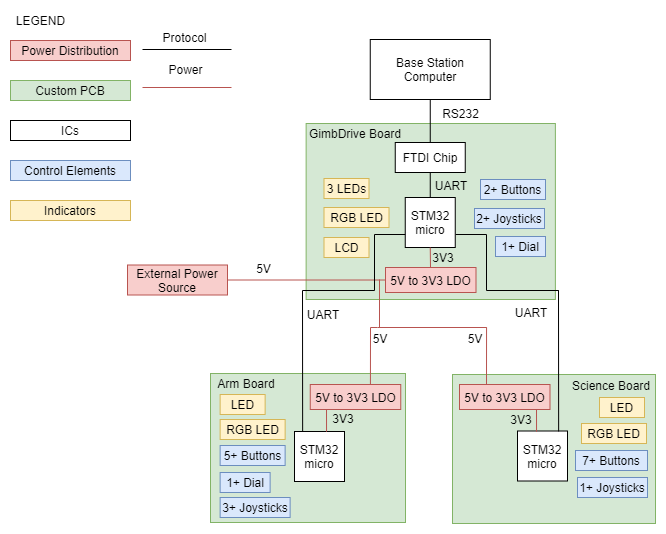
The draw.io diagram Projects/Robot Controller/Controller_Block_Diagram.png in uwrobotics/MarsRoverHardware, before a commit. Source tidied: cells renumbered, new cells last; positions are measured from the earlier drawing's top-left corner, leaving out a move shared by most shapes. Its diagram source:
```xml
<mxGraphModel>
  <root>
    <mxCell id="0" />
    <mxCell id="1" parent="0" />
    <mxCell id="2" style="rounded=0;whiteSpace=wrap;html=1;fillColor=#d5e8d4;strokeColor=#82b366;" parent="1" vertex="1">
      <mxGeometry x="442" y="364" width="203" height="149" as="geometry" />
    </mxCell>
    <mxCell id="3" style="rounded=0;whiteSpace=wrap;html=1;fillColor=#d5e8d4;strokeColor=#82b366;" parent="1" vertex="1">
      <mxGeometry x="200" y="363" width="195" height="149" as="geometry" />
    </mxCell>
    <mxCell id="4" style="rounded=0;whiteSpace=wrap;html=1;fillColor=#d5e8d4;strokeColor=#82b366;" parent="1" vertex="1">
      <mxGeometry x="295.6" y="113" width="249.2" height="176" as="geometry" />
    </mxCell>
    <mxCell id="5" value="LEGEND" style="text;html=1;align=center;verticalAlign=middle;" parent="1" vertex="1">
      <mxGeometry width="60" height="20" as="geometry" />
    </mxCell>
    <mxCell id="6" value="Power Distribution" style="rounded=0;whiteSpace=wrap;html=1;fillColor=#f8cecc;strokeColor=#b85450;" parent="1" vertex="1">
      <mxGeometry y="30" width="120" height="20" as="geometry" />
    </mxCell>
    <mxCell id="7" value="Custom PCB" style="rounded=0;whiteSpace=wrap;html=1;fillColor=#d5e8d4;strokeColor=#82b366;" parent="1" vertex="1">
      <mxGeometry y="70" width="120" height="20" as="geometry" />
    </mxCell>
    <mxCell id="8" value="Control Elements" style="rounded=0;whiteSpace=wrap;html=1;fillColor=#dae8fc;strokeColor=#6c8ebf;" parent="1" vertex="1">
      <mxGeometry y="150" width="120" height="20" as="geometry" />
    </mxCell>
    <mxCell id="9" value="Indicators" style="rounded=0;whiteSpace=wrap;html=1;fillColor=#fff2cc;strokeColor=#d6b656;" parent="1" vertex="1">
      <mxGeometry y="190" width="120" height="20" as="geometry" />
    </mxCell>
    <mxCell id="10" value="Protocol" style="text;html=1;align=center;verticalAlign=middle;" parent="1" vertex="1">
      <mxGeometry x="146" y="17" width="55" height="19" as="geometry" />
    </mxCell>
    <mxCell id="11" value="Power" style="text;html=1;align=center;verticalAlign=middle;" parent="1" vertex="1">
      <mxGeometry x="150" y="49" width="50" height="20" as="geometry" />
    </mxCell>
    <mxCell id="12" value="2+ Joysticks" style="rounded=0;whiteSpace=wrap;html=1;fillColor=#dae8fc;strokeColor=#6c8ebf;" parent="1" vertex="1">
      <mxGeometry x="464" y="198" width="70" height="20" as="geometry" />
    </mxCell>
    <mxCell id="13" value="1+ Dial" style="rounded=0;whiteSpace=wrap;html=1;fillColor=#dae8fc;strokeColor=#6c8ebf;" parent="1" vertex="1">
      <mxGeometry x="485" y="226" width="50" height="20" as="geometry" />
    </mxCell>
    <mxCell id="14" value="2+ Buttons" style="rounded=0;whiteSpace=wrap;html=1;fillColor=#dae8fc;strokeColor=#6c8ebf;" parent="1" vertex="1">
      <mxGeometry x="470" y="169" width="65" height="20" as="geometry" />
    </mxCell>
    <mxCell id="15" value="RGB LED" style="rounded=0;whiteSpace=wrap;html=1;fillColor=#fff2cc;strokeColor=#d6b656;" parent="1" vertex="1">
      <mxGeometry x="313.5" y="197" width="65" height="20" as="geometry" />
    </mxCell>
    <mxCell id="16" value="3 LEDs" style="rounded=0;whiteSpace=wrap;html=1;fillColor=#fff2cc;strokeColor=#d6b656;" parent="1" vertex="1">
      <mxGeometry x="313.5" y="168" width="45" height="20" as="geometry" />
    </mxCell>
    <mxCell id="17" value="LCD" style="rounded=0;whiteSpace=wrap;html=1;fillColor=#fff2cc;strokeColor=#d6b656;" parent="1" vertex="1">
      <mxGeometry x="313.5" y="227" width="45" height="20" as="geometry" />
    </mxCell>
    <mxCell id="18" value="FTDI Chip" style="rounded=0;whiteSpace=wrap;html=1;" parent="1" vertex="1">
      <mxGeometry x="384.8" y="132" width="70" height="30" as="geometry" />
    </mxCell>
    <mxCell id="19" value="Base Station Computer" style="rounded=0;whiteSpace=wrap;html=1;" parent="1" vertex="1">
      <mxGeometry x="359.8" y="29" width="120" height="60" as="geometry" />
    </mxCell>
    <mxCell id="20" value="External Power Source" style="rounded=0;whiteSpace=wrap;html=1;fillColor=#f8cecc;strokeColor=#b85450;" parent="1" vertex="1">
      <mxGeometry x="117" y="254.5" width="100" height="30" as="geometry" />
    </mxCell>
    <mxCell id="21" value="5V" style="text;html=1;align=center;verticalAlign=middle;" parent="1" vertex="1">
      <mxGeometry x="240" y="248" width="26" height="19" as="geometry" />
    </mxCell>
    <mxCell id="22" value="RS232" style="text;html=1;align=center;verticalAlign=middle;" parent="1" vertex="1">
      <mxGeometry x="425" y="93" width="50" height="20" as="geometry" />
    </mxCell>
    <mxCell id="23" style="endArrow=none;html=1;entryX=0.5;entryY=1;entryDx=0;entryDy=0;exitX=0.5;exitY=0;exitDx=0;exitDy=0;" parent="1" edge="1" source="18" target="19">
      <mxGeometry relative="1" as="geometry" />
    </mxCell>
    <mxCell id="24" value="ICs" style="rounded=0;whiteSpace=wrap;html=1;" parent="1" vertex="1">
      <mxGeometry y="110" width="120" height="20" as="geometry" />
    </mxCell>
    <mxCell id="25" value="STM32 micro" style="whiteSpace=wrap;html=1;" parent="1" vertex="1">
      <mxGeometry x="394.8" y="187" width="50" height="50" as="geometry" />
    </mxCell>
    <mxCell id="26" style="endArrow=none;html=1;exitX=0.5;exitY=0;exitDx=0;exitDy=0;entryX=0.5;entryY=1;entryDx=0;entryDy=0;" parent="1" edge="1" source="25" target="18">
      <mxGeometry relative="1" as="geometry" />
    </mxCell>
    <mxCell id="27" value="UART" style="text;html=1;strokeColor=none;fillColor=none;align=center;verticalAlign=middle;whiteSpace=wrap;rounded=0;" parent="1" vertex="1">
      <mxGeometry x="421" y="165" width="40" height="20" as="geometry" />
    </mxCell>
    <mxCell id="28" value="GimbDrive Board" style="text;html=1;strokeColor=none;fillColor=none;align=center;verticalAlign=middle;whiteSpace=wrap;rounded=0;" parent="1" vertex="1">
      <mxGeometry x="296" y="113" width="98" height="20" as="geometry" />
    </mxCell>
    <mxCell id="29" value="3+ Joysticks" style="rounded=0;whiteSpace=wrap;html=1;fillColor=#dae8fc;strokeColor=#6c8ebf;" parent="1" vertex="1">
      <mxGeometry x="209.6" y="487" width="70" height="20" as="geometry" />
    </mxCell>
    <mxCell id="30" value="1+ Dial" style="rounded=0;whiteSpace=wrap;html=1;fillColor=#dae8fc;strokeColor=#6c8ebf;" parent="1" vertex="1">
      <mxGeometry x="209.6" y="462" width="50" height="20" as="geometry" />
    </mxCell>
    <mxCell id="31" value="5+ Buttons" style="rounded=0;whiteSpace=wrap;html=1;fillColor=#dae8fc;strokeColor=#6c8ebf;" parent="1" vertex="1">
      <mxGeometry x="209.6" y="435" width="65" height="20" as="geometry" />
    </mxCell>
    <mxCell id="32" value="RGB LED" style="rounded=0;whiteSpace=wrap;html=1;fillColor=#fff2cc;strokeColor=#d6b656;" parent="1" vertex="1">
      <mxGeometry x="209.6" y="409" width="65" height="20" as="geometry" />
    </mxCell>
    <mxCell id="33" value="LED" style="rounded=0;whiteSpace=wrap;html=1;fillColor=#fff2cc;strokeColor=#d6b656;" parent="1" vertex="1">
      <mxGeometry x="209.6" y="384" width="45" height="20" as="geometry" />
    </mxCell>
    <mxCell id="34" value="STM32 micro" style="whiteSpace=wrap;html=1;" parent="1" vertex="1">
      <mxGeometry x="284" y="421" width="50" height="50" as="geometry" />
    </mxCell>
    <mxCell id="35" value="Arm Board" style="text;html=1;strokeColor=none;fillColor=none;align=center;verticalAlign=middle;whiteSpace=wrap;rounded=0;" parent="1" vertex="1">
      <mxGeometry x="200" y="363" width="71.5" height="20" as="geometry" />
    </mxCell>
    <mxCell id="36" value="5V to 3V3 LDO" style="rounded=0;whiteSpace=wrap;html=1;fillColor=#f8cecc;strokeColor=#b85450;" parent="1" vertex="1">
      <mxGeometry x="375" y="257" width="90.5" height="25" as="geometry" />
    </mxCell>
    <mxCell id="37" style="endArrow=none;html=1;exitX=1;exitY=0.5;exitDx=0;exitDy=0;fillColor=#f8cecc;strokeColor=#b85450;entryX=0;entryY=0.5;entryDx=0;entryDy=0;" parent="1" edge="1" source="20" target="36">
      <mxGeometry relative="1" as="geometry" />
    </mxCell>
    <mxCell id="38" style="endArrow=none;html=1;fillColor=#f8cecc;strokeColor=#b85450;" parent="1" edge="1">
      <mxGeometry relative="1" as="geometry">
        <mxPoint x="132" y="77" as="sourcePoint" />
        <mxPoint x="221" y="77" as="targetPoint" />
      </mxGeometry>
    </mxCell>
    <mxCell id="39" style="endArrow=none;html=1;fillColor=#dae8fc;strokeColor=#000000;" parent="1" edge="1">
      <mxGeometry relative="1" as="geometry">
        <mxPoint x="132" y="39" as="sourcePoint" />
        <mxPoint x="221" y="39" as="targetPoint" />
      </mxGeometry>
    </mxCell>
    <mxCell id="40" style="endArrow=none;html=1;strokeColor=#b85450;fillColor=#f8cecc;entryX=0.5;entryY=1;entryDx=0;entryDy=0;" parent="1" edge="1" target="25">
      <mxGeometry relative="1" as="geometry">
        <mxPoint x="420" y="257" as="sourcePoint" />
      </mxGeometry>
    </mxCell>
    <mxCell id="41" value="3V3" style="text;html=1;strokeColor=none;fillColor=none;align=center;verticalAlign=middle;whiteSpace=wrap;rounded=0;" parent="1" vertex="1">
      <mxGeometry x="413" y="237" width="40" height="20" as="geometry" />
    </mxCell>
    <mxCell id="42" style="endArrow=none;html=1;exitX=0.163;exitY=0.006;exitDx=0;exitDy=0;exitPerimeter=0;" parent="1" edge="1" source="34">
      <mxGeometry relative="1" as="geometry">
        <mxPoint x="292" y="280" as="targetPoint" />
      </mxGeometry>
    </mxCell>
    <mxCell id="43" style="endArrow=none;html=1;strokeColor=#b85450;fillColor=#f8cecc;exitX=0.665;exitY=0.012;exitDx=0;exitDy=0;exitPerimeter=0;" parent="1" edge="1" source="62">
      <mxGeometry relative="1" as="geometry">
        <mxPoint x="360" y="317" as="targetPoint" />
      </mxGeometry>
    </mxCell>
    <mxCell id="44" value="UART" style="text;html=1;strokeColor=none;fillColor=none;align=center;verticalAlign=middle;whiteSpace=wrap;rounded=0;" parent="1" vertex="1">
      <mxGeometry x="293" y="294" width="40" height="20" as="geometry" />
    </mxCell>
    <mxCell id="45" value="5V" style="text;html=1;strokeColor=none;fillColor=none;align=center;verticalAlign=middle;whiteSpace=wrap;rounded=0;" parent="1" vertex="1">
      <mxGeometry x="350.2" y="318" width="40" height="20" as="geometry" />
    </mxCell>
    <mxCell id="46" style="endArrow=none;html=1;strokeColor=#b85450;fillColor=#f8cecc;" parent="1" edge="1">
      <mxGeometry relative="1" as="geometry">
        <mxPoint x="369" y="317" as="sourcePoint" />
        <mxPoint x="369" y="269" as="targetPoint" />
      </mxGeometry>
    </mxCell>
    <mxCell id="47" style="endArrow=none;html=1;strokeColor=#000000;entryX=0.001;entryY=0.74;entryDx=0;entryDy=0;entryPerimeter=0;" parent="1" edge="1" target="25">
      <mxGeometry relative="1" as="geometry">
        <mxPoint x="364" y="224" as="sourcePoint" />
      </mxGeometry>
    </mxCell>
    <mxCell id="48" style="endArrow=none;html=1;strokeColor=#000000;" parent="1" edge="1">
      <mxGeometry relative="1" as="geometry">
        <mxPoint x="364" y="280" as="sourcePoint" />
        <mxPoint x="364" y="224" as="targetPoint" />
      </mxGeometry>
    </mxCell>
    <mxCell id="49" style="endArrow=none;html=1;strokeColor=#000000;" parent="1" edge="1">
      <mxGeometry relative="1" as="geometry">
        <mxPoint x="292" y="280" as="sourcePoint" />
        <mxPoint x="364" y="280" as="targetPoint" />
      </mxGeometry>
    </mxCell>
    <mxCell id="50" style="endArrow=none;html=1;strokeColor=#b85450;fillColor=#f8cecc;" parent="1" edge="1">
      <mxGeometry relative="1" as="geometry">
        <mxPoint x="360" y="317" as="sourcePoint" />
        <mxPoint x="367" y="317" as="targetPoint" />
      </mxGeometry>
    </mxCell>
    <mxCell id="51" style="endArrow=none;html=1;strokeColor=#000000;entryX=0.001;entryY=0.74;entryDx=0;entryDy=0;entryPerimeter=0;" parent="1" edge="1">
      <mxGeometry relative="1" as="geometry">
        <mxPoint x="445.2" y="224" as="sourcePoint" />
        <mxPoint x="476" y="224" as="targetPoint" />
      </mxGeometry>
    </mxCell>
    <mxCell id="52" style="endArrow=none;html=1;strokeColor=#000000;" parent="1" edge="1">
      <mxGeometry relative="1" as="geometry">
        <mxPoint x="476" y="280" as="sourcePoint" />
        <mxPoint x="476" y="224" as="targetPoint" />
      </mxGeometry>
    </mxCell>
    <mxCell id="53" value="1+ Joysticks" style="rounded=0;whiteSpace=wrap;html=1;fillColor=#dae8fc;strokeColor=#6c8ebf;" parent="1" vertex="1">
      <mxGeometry x="567" y="467" width="70" height="20" as="geometry" />
    </mxCell>
    <mxCell id="54" value="7+ Buttons" style="rounded=0;whiteSpace=wrap;html=1;fillColor=#dae8fc;strokeColor=#6c8ebf;" parent="1" vertex="1">
      <mxGeometry x="565" y="440" width="72" height="20" as="geometry" />
    </mxCell>
    <mxCell id="55" value="RGB LED" style="rounded=0;whiteSpace=wrap;html=1;fillColor=#fff2cc;strokeColor=#d6b656;" parent="1" vertex="1">
      <mxGeometry x="571" y="413" width="65" height="20" as="geometry" />
    </mxCell>
    <mxCell id="56" value="LED" style="rounded=0;whiteSpace=wrap;html=1;fillColor=#fff2cc;strokeColor=#d6b656;" parent="1" vertex="1">
      <mxGeometry x="589" y="387" width="45" height="20" as="geometry" />
    </mxCell>
    <mxCell id="57" value="STM32 micro" style="whiteSpace=wrap;html=1;" parent="1" vertex="1">
      <mxGeometry x="507" y="420.5" width="50" height="50" as="geometry" />
    </mxCell>
    <mxCell id="58" style="endArrow=none;html=1;strokeColor=#b85450;fillColor=#f8cecc;" parent="1" edge="1">
      <mxGeometry relative="1" as="geometry">
        <mxPoint x="476" y="317" as="sourcePoint" />
        <mxPoint x="367" y="317" as="targetPoint" />
      </mxGeometry>
    </mxCell>
    <mxCell id="59" value="5V" style="text;html=1;strokeColor=none;fillColor=none;align=center;verticalAlign=middle;whiteSpace=wrap;rounded=0;" parent="1" vertex="1">
      <mxGeometry x="444.8" y="318" width="40" height="20" as="geometry" />
    </mxCell>
    <mxCell id="60" value="Science Board" style="text;html=1;strokeColor=none;fillColor=none;align=center;verticalAlign=middle;whiteSpace=wrap;rounded=0;" parent="1" vertex="1">
      <mxGeometry x="559" y="365" width="84" height="20" as="geometry" />
    </mxCell>
    <mxCell id="61" value="UART" style="text;html=1;strokeColor=none;fillColor=none;align=center;verticalAlign=middle;whiteSpace=wrap;rounded=0;" parent="1" vertex="1">
      <mxGeometry x="501" y="292" width="40" height="20" as="geometry" />
    </mxCell>
    <mxCell id="62" value="5V to 3V3 LDO" style="rounded=0;whiteSpace=wrap;html=1;fillColor=#f8cecc;strokeColor=#b85450;" parent="1" vertex="1">
      <mxGeometry x="299.8" y="374" width="90.5" height="25" as="geometry" />
    </mxCell>
    <mxCell id="63" value="5V to 3V3 LDO" style="rounded=0;whiteSpace=wrap;html=1;fillColor=#f8cecc;strokeColor=#b85450;" parent="1" vertex="1">
      <mxGeometry x="449" y="374" width="90.5" height="25" as="geometry" />
    </mxCell>
    <mxCell id="64" style="endArrow=none;html=1;strokeColor=#b85450;fillColor=#f8cecc;exitX=0.641;exitY=0.005;exitDx=0;exitDy=0;exitPerimeter=0;" parent="1" edge="1" source="34">
      <mxGeometry relative="1" as="geometry">
        <mxPoint x="316" y="399" as="targetPoint" />
      </mxGeometry>
    </mxCell>
    <mxCell id="65" value="3V3" style="text;html=1;strokeColor=none;fillColor=none;align=center;verticalAlign=middle;whiteSpace=wrap;rounded=0;" parent="1" vertex="1">
      <mxGeometry x="313" y="398" width="40" height="20" as="geometry" />
    </mxCell>
    <mxCell id="66" value="3V3" style="text;html=1;strokeColor=none;fillColor=none;align=center;verticalAlign=middle;whiteSpace=wrap;rounded=0;" parent="1" vertex="1">
      <mxGeometry x="491" y="399" width="40" height="20" as="geometry" />
    </mxCell>
    <mxCell id="67" style="endArrow=none;html=1;strokeColor=#000000;" parent="1" edge="1">
      <mxGeometry relative="1" as="geometry">
        <mxPoint x="476" y="280" as="sourcePoint" />
        <mxPoint x="548" y="280" as="targetPoint" />
      </mxGeometry>
    </mxCell>
    <mxCell id="68" style="endArrow=none;html=1;exitX=0.163;exitY=0.006;exitDx=0;exitDy=0;exitPerimeter=0;" parent="1" edge="1">
      <mxGeometry relative="1" as="geometry">
        <mxPoint x="548.2" y="421" as="sourcePoint" />
        <mxPoint x="548" y="279.7" as="targetPoint" />
      </mxGeometry>
    </mxCell>
    <mxCell id="69" style="endArrow=none;html=1;strokeColor=#b85450;fillColor=#f8cecc;exitX=0.665;exitY=0.012;exitDx=0;exitDy=0;exitPerimeter=0;" parent="1" edge="1">
      <mxGeometry relative="1" as="geometry">
        <mxPoint x="476" y="374" as="sourcePoint" />
        <mxPoint x="476.1" y="316.7" as="targetPoint" />
      </mxGeometry>
    </mxCell>
    <mxCell id="70" style="endArrow=none;html=1;strokeColor=#b85450;fillColor=#f8cecc;exitX=0.641;exitY=0.005;exitDx=0;exitDy=0;exitPerimeter=0;" parent="1" edge="1">
      <mxGeometry relative="1" as="geometry">
        <mxPoint x="526" y="421.2" as="sourcePoint" />
        <mxPoint x="526" y="399" as="targetPoint" />
      </mxGeometry>
    </mxCell>
  </root>
</mxGraphModel>
```
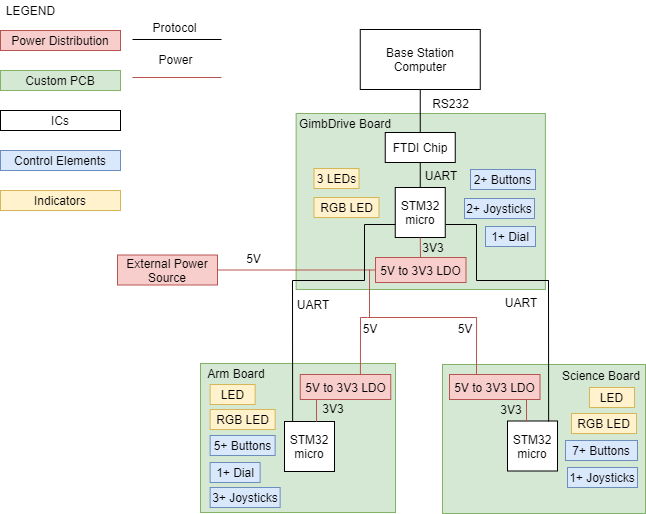
The same file after the commit.

What changed in the source:
```diff
@@ -47,9 +47,6 @@
     <mxCell id="16" value="3 LEDs" style="rounded=0;whiteSpace=wrap;html=1;fillColor=#fff2cc;strokeColor=#d6b656;" parent="1" vertex="1">
       <mxGeometry x="313.5" y="168" width="45" height="20" as="geometry" />
     </mxCell>
-    <mxCell id="17" value="LCD" style="rounded=0;whiteSpace=wrap;html=1;fillColor=#fff2cc;strokeColor=#d6b656;" parent="1" vertex="1">
-      <mxGeometry x="313.5" y="227" width="45" height="20" as="geometry" />
-    </mxCell>
     <mxCell id="18" value="FTDI Chip" style="rounded=0;whiteSpace=wrap;html=1;" parent="1" vertex="1">
       <mxGeometry x="384.8" y="132" width="70" height="30" as="geometry" />
     </mxCell>
```
